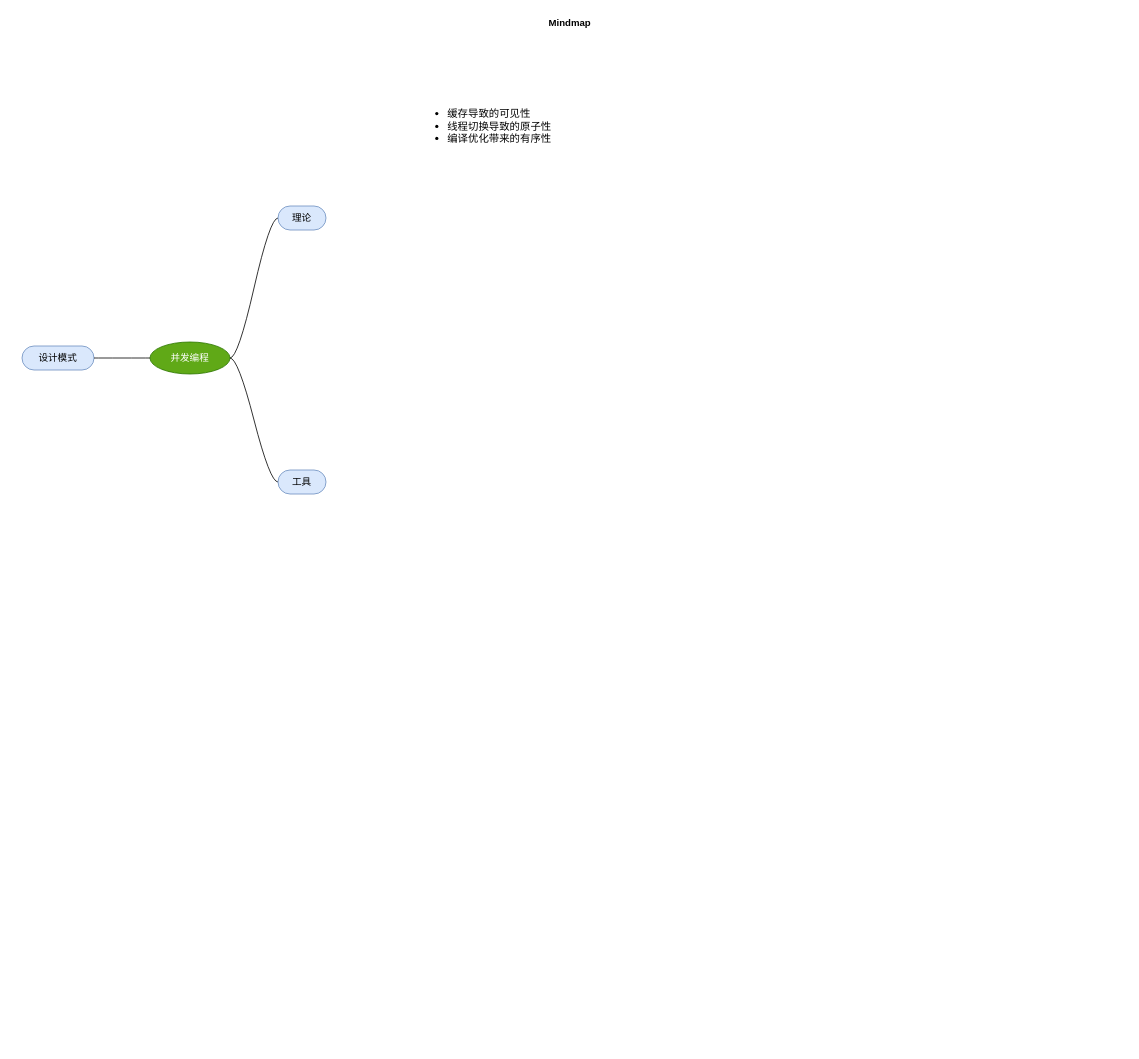
anconglee/diagram keeps this draw.io diagram as 并发实战.drawio. Above is the earlier version. Source tidied: cells renumbered, new cells numbered last; positions are measured from the earlier drawing's top-left corner, leaving out a move shared by most shapes. Both pictures are drawn from the tidied source at 80%, with x=0, y=0 at pixel (14, 14).
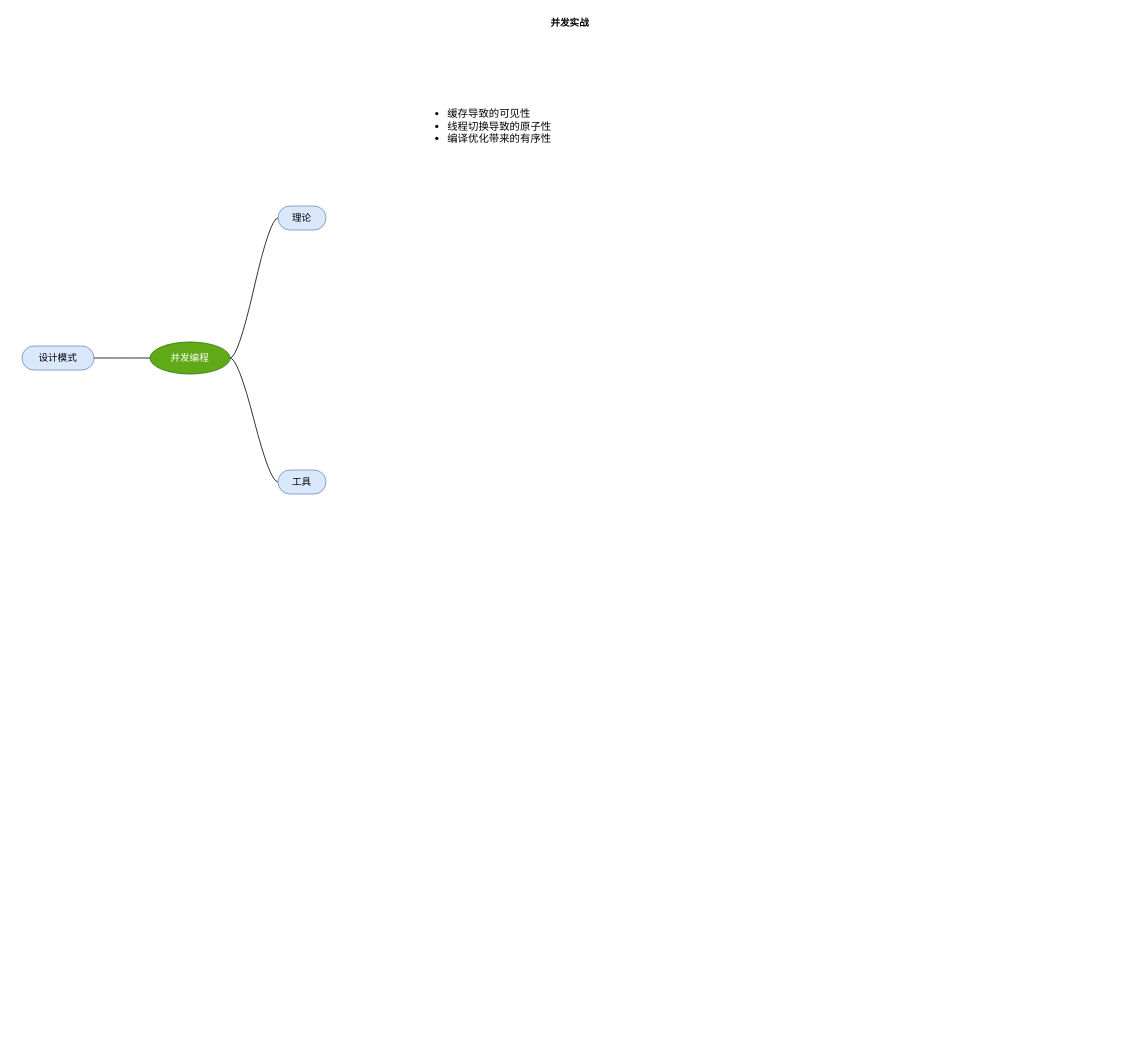
The same diagram, later.

Commit message:
更新并发实战.drawio

The edit, as a diff of the source:
```diff
@@
 <mxGraphModel>
   <root>
     <mxCell id="0" />
     <mxCell id="1" parent="0" />
-    <mxCell id="2" value="Mindmap" style="swimlane;startSize=20;horizontal=1;containerType=tree;strokeColor=none;" parent="1" vertex="1">
+    <mxCell id="2" value="并发实战" style="swimlane;startSize=20;horizontal=1;containerType=tree;strokeColor=none;" parent="1" vertex="1">
       <mxGeometry width="1390" height="1290" as="geometry" />
     </mxCell>
     <mxCell id="3" style="edgeStyle=entityRelationEdgeStyle;startArrow=none;endArrow=none;segment=10;curved=1;rounded=0;" parent="2" edge="1" source="4" target="5">
       <mxGeometry relative="1" as="geometry" />
     </mxCell>
     <mxCell id="4" value="并发编程" style="ellipse;whiteSpace=wrap;html=1;align=center;newEdgeStyle={&quot;edgeStyle&quot;:&quot;entityRelationEdgeStyle&quot;,&quot;startArrow&quot;:&quot;none&quot;,&quot;endArrow&quot;:&quot;none&quot;,&quot;segment&quot;:10,&quot;curved&quot;:1};fillColor=#60a917;fontColor=#ffffff;strokeColor=#2D7600;" parent="2" vertex="1">
       <mxGeometry x="170" y="410" width="100" height="40" as="geometry" />
     </mxCell>
     <mxCell id="5" value="理论" style="whiteSpace=wrap;html=1;rounded=1;arcSize=50;align=center;verticalAlign=middle;strokeWidth=1;spacing=4;newEdgeStyle={&quot;edgeStyle&quot;:&quot;entityRelationEdgeStyle&quot;,&quot;startArrow&quot;:&quot;none&quot;,&quot;endArrow&quot;:&quot;none&quot;,&quot;segment&quot;:10,&quot;curved&quot;:1};fillColor=#dae8fc;strokeColor=#6c8ebf;" parent="2" vertex="1" collapsed="1">
       <mxGeometry x="330" y="240" width="60" height="30" as="geometry" />
     </mxCell>
     <mxCell id="6" style="edgeStyle=entityRelationEdgeStyle;startArrow=none;endArrow=none;segment=10;curved=1;rounded=0;" parent="2" edge="1" source="4" target="7">
       <mxGeometry relative="1" as="geometry" />
     </mxCell>
     <mxCell id="7" value="工具" style="whiteSpace=wrap;html=1;rounded=1;arcSize=50;align=center;verticalAlign=middle;strokeWidth=1;spacing=4;newEdgeStyle={&quot;edgeStyle&quot;:&quot;entityRelationEdgeStyle&quot;,&quot;startArrow&quot;:&quot;none&quot;,&quot;endArrow&quot;:&quot;none&quot;,&quot;segment&quot;:10,&quot;curved&quot;:1};fillColor=#dae8fc;strokeColor=#6c8ebf;" parent="2" vertex="1" collapsed="1">
       <mxGeometry x="330" y="570" width="60" height="30" as="geometry" />
     </mxCell>
     <mxCell id="8" value="设计模式" style="whiteSpace=wrap;html=1;rounded=1;arcSize=50;align=center;verticalAlign=middle;strokeWidth=1;spacing=4;newEdgeStyle={&quot;edgeStyle&quot;:&quot;entityRelationEdgeStyle&quot;,&quot;startArrow&quot;:&quot;none&quot;,&quot;endArrow&quot;:&quot;none&quot;,&quot;segment&quot;:10,&quot;curved&quot;:1};fillColor=#dae8fc;strokeColor=#6c8ebf;" parent="2" vertex="1">
       <mxGeometry x="10" y="415" width="90" height="30" as="geometry" />
     </mxCell>
     <mxCell id="9" style="edgeStyle=entityRelationEdgeStyle;startArrow=none;endArrow=none;segment=10;curved=1;rounded=0;" parent="2" edge="1" source="4" target="8">
       <mxGeometry relative="1" as="geometry" />
     </mxCell>
     <mxCell id="10" value="&lt;ul style=&quot;font-size: 13px&quot;&gt;&lt;li&gt;缓存导致的可见性&lt;/li&gt;&lt;li&gt;线程切换导致的原子性&lt;/li&gt;&lt;li&gt;编译优化带来的有序性&lt;/li&gt;&lt;/ul&gt;" style="text;strokeColor=none;fillColor=none;html=1;whiteSpace=wrap;verticalAlign=middle;overflow=hidden;" parent="2" vertex="1">
       <mxGeometry x="500" y="100" width="190" height="80" as="geometry" />
     </mxCell>
   </root>
 </mxGraphModel>
```
